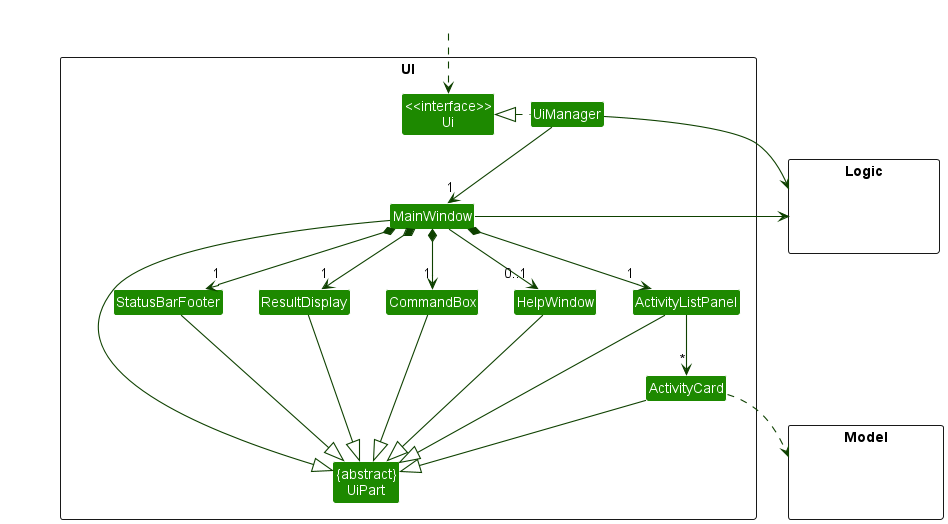
nus-cs2103-AY2223S1/tp keeps this PlantUML diagram as docs/images/UiClassDiagram.png. Above is the earlier version.
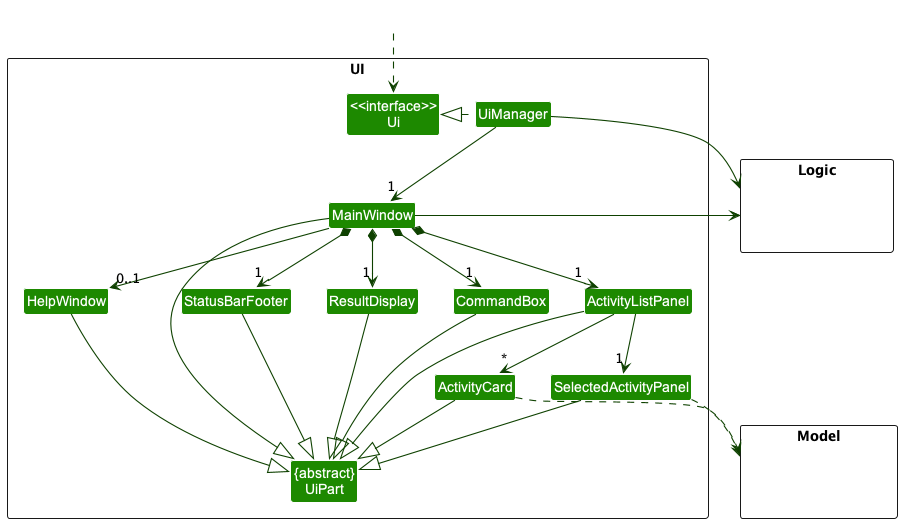
The same file after the commit.

Diff of the diagram source:
```diff
@@ -13,6 +13,7 @@
 Class ResultDisplay
 Class ActivityListPanel
 Class ActivityCard
+Class SelectedActivityPanel
 Class StatusBarFooter
 Class CommandBox
 }
@@ -37,6 +38,7 @@
 MainWindow --> "0..1" HelpWindow
 
 ActivityListPanel -down-> "*" ActivityCard
+ActivityListPanel -down-> "1" SelectedActivityPanel
 
 MainWindow -left-|> UiPart
 
@@ -44,10 +46,12 @@
 CommandBox --|> UiPart
 ActivityListPanel --|> UiPart
 ActivityCard --|> UiPart
+SelectedActivityPanel --|> UiPart
 StatusBarFooter --|> UiPart
 HelpWindow --|> UiPart
 
 ActivityCard ..> Model
+SelectedActivityPanel ..> Model
 UiManager -right-> Logic
 MainWindow -left-> Logic
 
@@ -55,6 +59,7 @@
 HelpWindow -[hidden]left- CommandBox
 CommandBox -[hidden]left- ResultDisplay
 ResultDisplay -[hidden]left- StatusBarFooter
+SelectedActivityPanel -[hidden]left- ActivityCard
 
 MainWindow -[hidden]-|> UiPart
 @enduml
```
